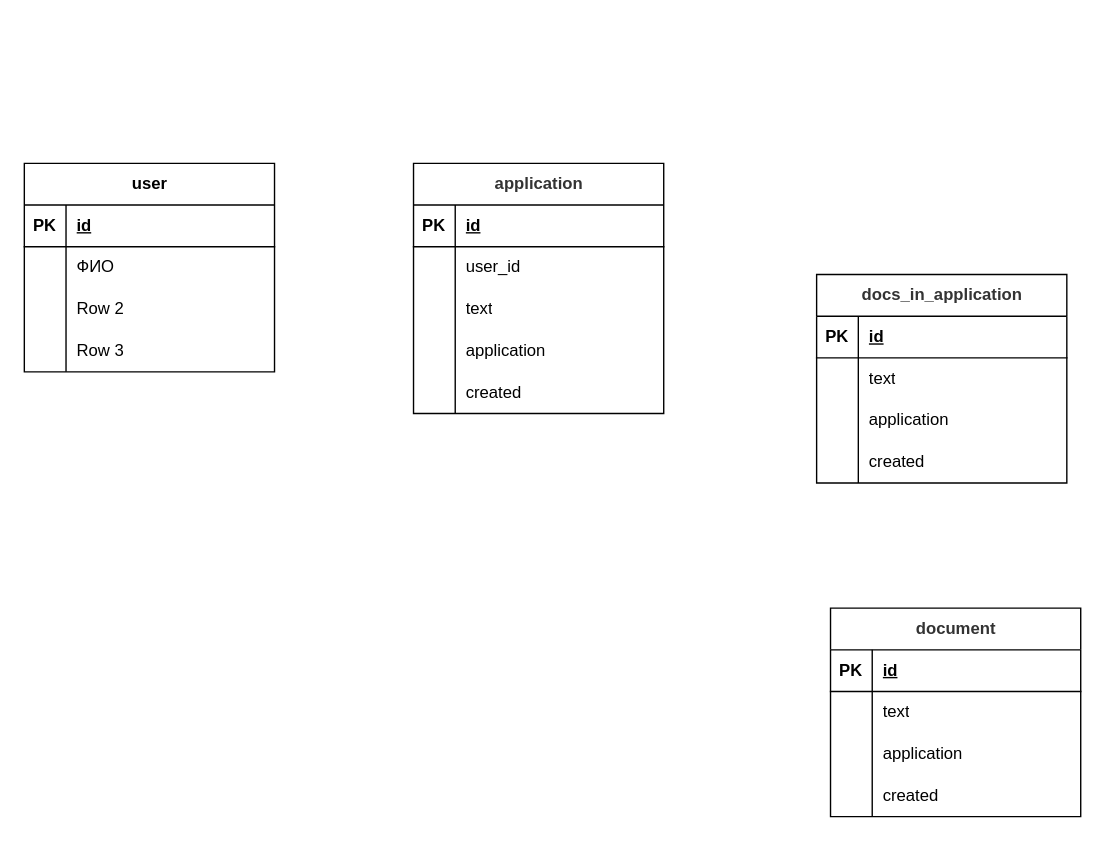
Above: Диаграмма без названия.drawio in omelchenkopete/SA (draw.io), before the change. Source tidied: cells renumbered, new cells numbered last; positions are measured from the earlier drawing's top-left corner, leaving out a move shared by most shapes. Both pictures are drawn from the tidied source at 139%, with x=0, y=0 at pixel (24, 163).
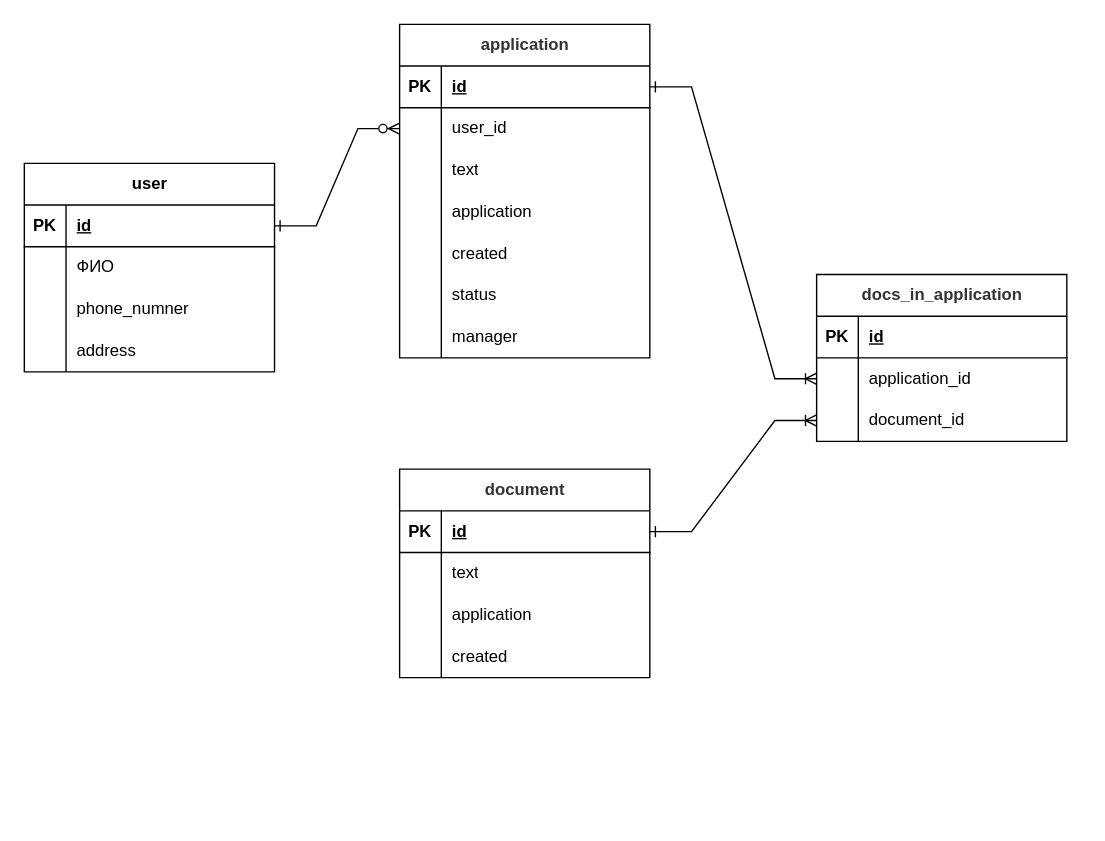
The same page after the edit.

Unchanged cells that the change refers to:
```xml
<mxCell id="3" style="shape=tableRow;horizontal=0;startSize=0;swimlaneHead=0;swimlaneBody=0;fillColor=none;points=[[0,0.5],[1,0.5]];portConstraint=eastwest;top=0;left=0;right=0;bottom=1;" parent="2" vertex="1">
  <mxGeometry y="30" width="180" height="30" as="geometry" />
</mxCell>
<mxCell id="9" style="shape=tableRow;horizontal=0;startSize=0;swimlaneHead=0;swimlaneBody=0;fillColor=none;top=0;left=0;right=0;bottom=0;" parent="2" vertex="1">
  <mxGeometry y="90" width="180" height="30" as="geometry" />
</mxCell>
<mxCell id="12" style="shape=tableRow;horizontal=0;startSize=0;swimlaneHead=0;swimlaneBody=0;fillColor=none;top=0;left=0;right=0;bottom=0;" parent="2" vertex="1">
  <mxGeometry y="120" width="180" height="30" as="geometry" />
</mxCell>
<mxCell id="16" style="shape=tableRow;horizontal=0;startSize=0;swimlaneHead=0;swimlaneBody=0;fillColor=none;points=[[0,0.5],[1,0.5]];portConstraint=eastwest;top=0;left=0;right=0;bottom=1;" parent="15" vertex="1">
  <mxGeometry y="30" width="180" height="30" as="geometry" />
</mxCell>
<mxCell id="19" style="shape=tableRow;horizontal=0;startSize=0;swimlaneHead=0;swimlaneBody=0;fillColor=none;points=[[0,0.5],[1,0.5]];portConstraint=eastwest;top=0;left=0;right=0;bottom=0;" parent="15" vertex="1">
  <mxGeometry y="60" width="180" height="30" as="geometry" />
</mxCell>
<mxCell id="32" style="shape=tableRow;horizontal=0;startSize=0;swimlaneHead=0;swimlaneBody=0;fillColor=none;points=[[0,0.5],[1,0.5]];portConstraint=eastwest;top=0;left=0;right=0;bottom=1;" parent="31" vertex="1">
  <mxGeometry y="30" width="180" height="30" as="geometry" />
</mxCell>
<mxCell id="48" style="shape=tableRow;horizontal=0;startSize=0;swimlaneHead=0;swimlaneBody=0;fillColor=none;points=[[0,0.5],[1,0.5]];portConstraint=eastwest;top=0;left=0;right=0;bottom=0;" parent="44" vertex="1">
  <mxGeometry y="60" width="180" height="30" as="geometry" />
</mxCell>
<mxCell id="51" style="shape=tableRow;horizontal=0;startSize=0;swimlaneHead=0;swimlaneBody=0;fillColor=none;points=[[0,0.5],[1,0.5]];portConstraint=eastwest;top=0;left=0;right=0;bottom=0;" parent="44" vertex="1">
  <mxGeometry y="90" width="180" height="30" as="geometry" />
</mxCell>
```

Diff of the diagram source:
```diff
@@
-    <mxCell id="11" value="Row 2" style="shape=partialRectangle;fillColor=none;top=0;left=0;bottom=0;right=0;align=left;spacingLeft=6;overflow=hidden;whiteSpace=wrap;html=1;" parent="9" vertex="1">
+    <mxCell id="11" value="phone_numner" style="shape=partialRectangle;fillColor=none;top=0;left=0;bottom=0;right=0;align=left;spacingLeft=6;overflow=hidden;whiteSpace=wrap;html=1;" parent="9" vertex="1">
       <mxGeometry x="30" width="150" height="30" as="geometry" />
     </mxCell>
@@
-    <mxCell id="14" value="Row 3" style="shape=partialRectangle;fillColor=none;top=0;left=0;bottom=0;right=0;align=left;spacingLeft=6;overflow=hidden;whiteSpace=wrap;html=1;" parent="12" vertex="1">
+    <mxCell id="14" value="address" style="shape=partialRectangle;fillColor=none;top=0;left=0;bottom=0;right=0;align=left;spacingLeft=6;overflow=hidden;whiteSpace=wrap;html=1;" parent="12" vertex="1">
       <mxGeometry x="30" width="150" height="30" as="geometry" />
     </mxCell>
     <mxCell id="15" value="&lt;span style=&quot;color: rgb(51, 51, 51); text-align: start; text-wrap: wrap; background-color: rgb(255, 255, 255);&quot;&gt;&lt;font face=&quot;Helvetica&quot; style=&quot;font-size: 12px;&quot;&gt;application&lt;/font&gt;&lt;/span&gt;" style="shape=table;startSize=30;childLayout=tableLayout;rowLines=0;fontStyle=1;align=center;html=1;" parent="1" vertex="1">
-      <mxGeometry x="280" width="180" height="180" as="geometry" />
+      <mxGeometry x="270" y="-100" width="180" height="240" as="geometry" />
     </mxCell>
@@
+    <mxCell id="57" style="shape=tableRow;horizontal=0;startSize=0;swimlaneHead=0;swimlaneBody=0;fillColor=none;top=0;left=0;right=0;bottom=0;" parent="15" vertex="1">
+      <mxGeometry y="180" width="180" height="30" as="geometry" />
+    </mxCell>
+    <mxCell id="58" style="shape=partialRectangle;fillColor=none;top=0;left=0;bottom=0;right=0;overflow=hidden;whiteSpace=wrap;html=1;" parent="57" vertex="1">
+      <mxGeometry width="30" height="30" as="geometry" />
+    </mxCell>
+    <mxCell id="59" value="status" style="shape=partialRectangle;fillColor=none;top=0;left=0;bottom=0;right=0;align=left;spacingLeft=6;overflow=hidden;whiteSpace=wrap;html=1;" parent="57" vertex="1">
+      <mxGeometry x="30" width="150" height="30" as="geometry" />
+    </mxCell>
+    <mxCell id="60" style="shape=tableRow;horizontal=0;startSize=0;swimlaneHead=0;swimlaneBody=0;fillColor=none;top=0;left=0;right=0;bottom=0;" parent="15" vertex="1">
+      <mxGeometry y="210" width="180" height="30" as="geometry" />
+    </mxCell>
+    <mxCell id="61" style="shape=partialRectangle;fillColor=none;top=0;left=0;bottom=0;right=0;overflow=hidden;whiteSpace=wrap;html=1;" parent="60" vertex="1">
+      <mxGeometry width="30" height="30" as="geometry" />
+    </mxCell>
+    <mxCell id="62" value="manager" style="shape=partialRectangle;fillColor=none;top=0;left=0;bottom=0;right=0;align=left;spacingLeft=6;overflow=hidden;whiteSpace=wrap;html=1;" parent="60" vertex="1">
+      <mxGeometry x="30" width="150" height="30" as="geometry" />
+    </mxCell>
     <mxCell id="31" value="&lt;span style=&quot;color: rgb(51, 51, 51); text-align: start; text-wrap: wrap; background-color: rgb(255, 255, 255);&quot;&gt;&lt;font face=&quot;Helvetica&quot; style=&quot;font-size: 12px;&quot;&gt;document&lt;/font&gt;&lt;/span&gt;" style="shape=table;startSize=30;childLayout=tableLayout;rowLines=0;fontStyle=1;align=center;html=1;" parent="1" vertex="1">
-      <mxGeometry x="580" y="320" width="180" height="150" as="geometry" />
+      <mxGeometry x="270" y="220" width="180" height="150" as="geometry" />
     </mxCell>
@@
     <mxCell id="44" value="&lt;span style=&quot;color: rgb(51, 51, 51); text-align: start; text-wrap: wrap; background-color: rgb(255, 255, 255);&quot;&gt;&lt;font face=&quot;Helvetica&quot; style=&quot;font-size: 12px;&quot;&gt;docs_in_application&lt;/font&gt;&lt;/span&gt;" style="shape=table;startSize=30;childLayout=tableLayout;rowLines=0;fontStyle=1;align=center;html=1;" parent="1" vertex="1">
-      <mxGeometry x="570" y="80" width="180" height="150" as="geometry" />
+      <mxGeometry x="570" y="80" width="180" height="120" as="geometry" />
     </mxCell>
@@
-    <mxCell id="50" value="text" style="shape=partialRectangle;fillColor=none;top=0;left=0;bottom=0;right=0;align=left;spacingLeft=6;overflow=hidden;whiteSpace=wrap;html=1;" parent="48" vertex="1">
+    <mxCell id="50" value="application_id" style="shape=partialRectangle;fillColor=none;top=0;left=0;bottom=0;right=0;align=left;spacingLeft=6;overflow=hidden;whiteSpace=wrap;html=1;" parent="48" vertex="1">
       <mxGeometry x="30" width="150" height="30" as="geometry" />
     </mxCell>
@@
-    <mxCell id="53" value="application" style="shape=partialRectangle;fillColor=none;top=0;left=0;bottom=0;right=0;align=left;spacingLeft=6;overflow=hidden;whiteSpace=wrap;html=1;" parent="51" vertex="1">
+    <mxCell id="53" value="document_id" style="shape=partialRectangle;fillColor=none;top=0;left=0;bottom=0;right=0;align=left;spacingLeft=6;overflow=hidden;whiteSpace=wrap;html=1;" parent="51" vertex="1">
       <mxGeometry x="30" width="150" height="30" as="geometry" />
     </mxCell>
-    <mxCell id="54" style="shape=tableRow;horizontal=0;startSize=0;swimlaneHead=0;swimlaneBody=0;fillColor=none;top=0;left=0;right=0;bottom=0;" parent="44" vertex="1">
-      <mxGeometry y="120" width="180" height="30" as="geometry" />
-    </mxCell>
-    <mxCell id="55" style="shape=partialRectangle;fillColor=none;top=0;left=0;bottom=0;right=0;overflow=hidden;whiteSpace=wrap;html=1;" parent="54" vertex="1">
-      <mxGeometry width="30" height="30" as="geometry" />
-    </mxCell>
-    <mxCell id="56" value="created" style="shape=partialRectangle;fillColor=none;top=0;left=0;bottom=0;right=0;align=left;spacingLeft=6;overflow=hidden;whiteSpace=wrap;html=1;" parent="54" vertex="1">
-      <mxGeometry x="30" width="150" height="30" as="geometry" />
-    </mxCell>
+    <mxCell id="63" style="fontSize=12;html=1;endArrow=ERzeroToMany;startArrow=ERone;rounded=0;startFill=0;edgeStyle=entityRelationEdgeStyle;endFill=0;" parent="1" edge="1" source="3" target="19">
+      <mxGeometry relative="1" as="geometry" />
+    </mxCell>
+    <mxCell id="64" style="fontSize=12;html=1;endArrow=ERoneToMany;startArrow=ERone;rounded=0;startFill=0;edgeStyle=entityRelationEdgeStyle;" parent="1" edge="1" source="16" target="48">
+      <mxGeometry relative="1" as="geometry" />
+    </mxCell>
+    <mxCell id="65" style="fontSize=12;html=1;endArrow=ERoneToMany;startArrow=ERone;rounded=0;startFill=0;edgeStyle=entityRelationEdgeStyle;" parent="1" edge="1" source="32" target="51">
+      <mxGeometry relative="1" as="geometry" />
+    </mxCell>
```
